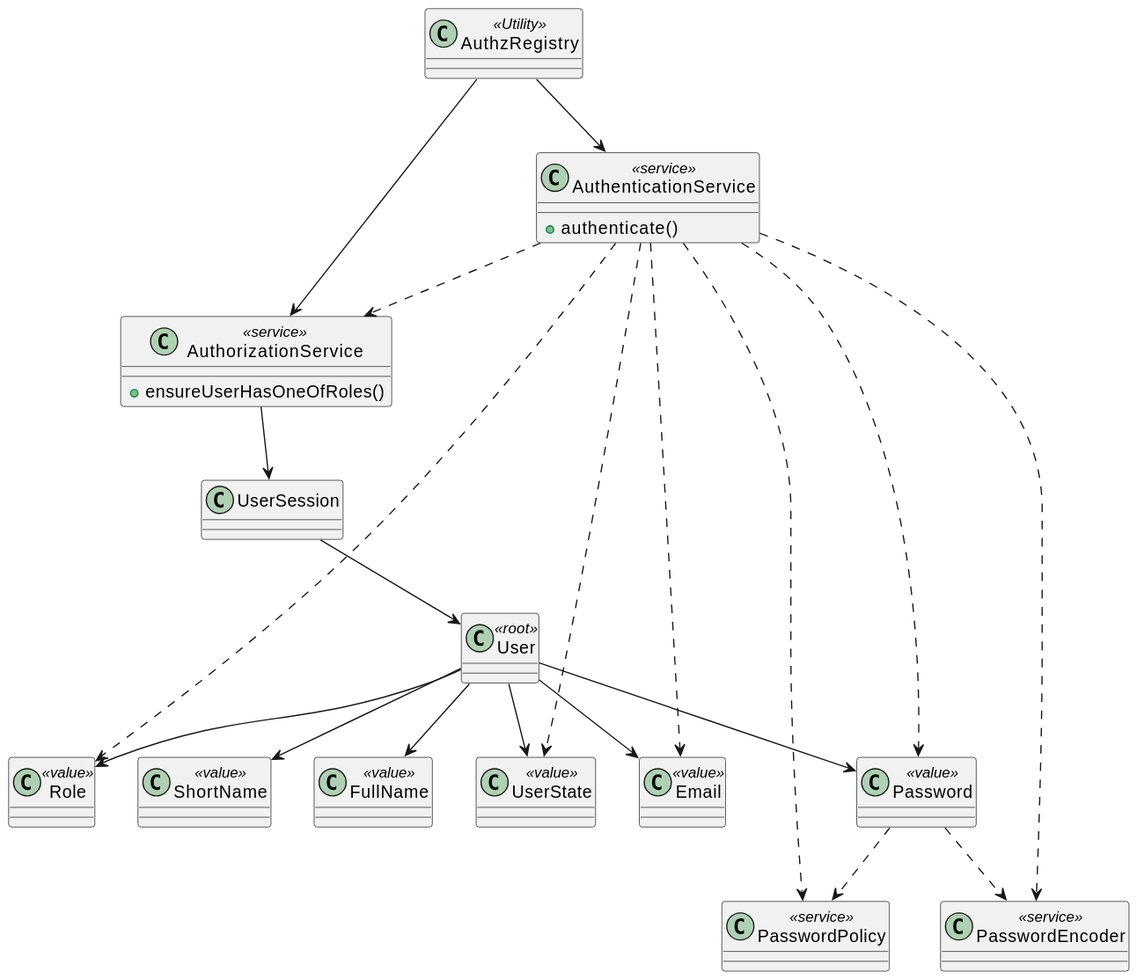
This is docs/SPRINT A/US_G006/Design/Class_Diagram.svg from brunacosta03/sem4pi_22_23, a PlantUML export, as it was before one commit.
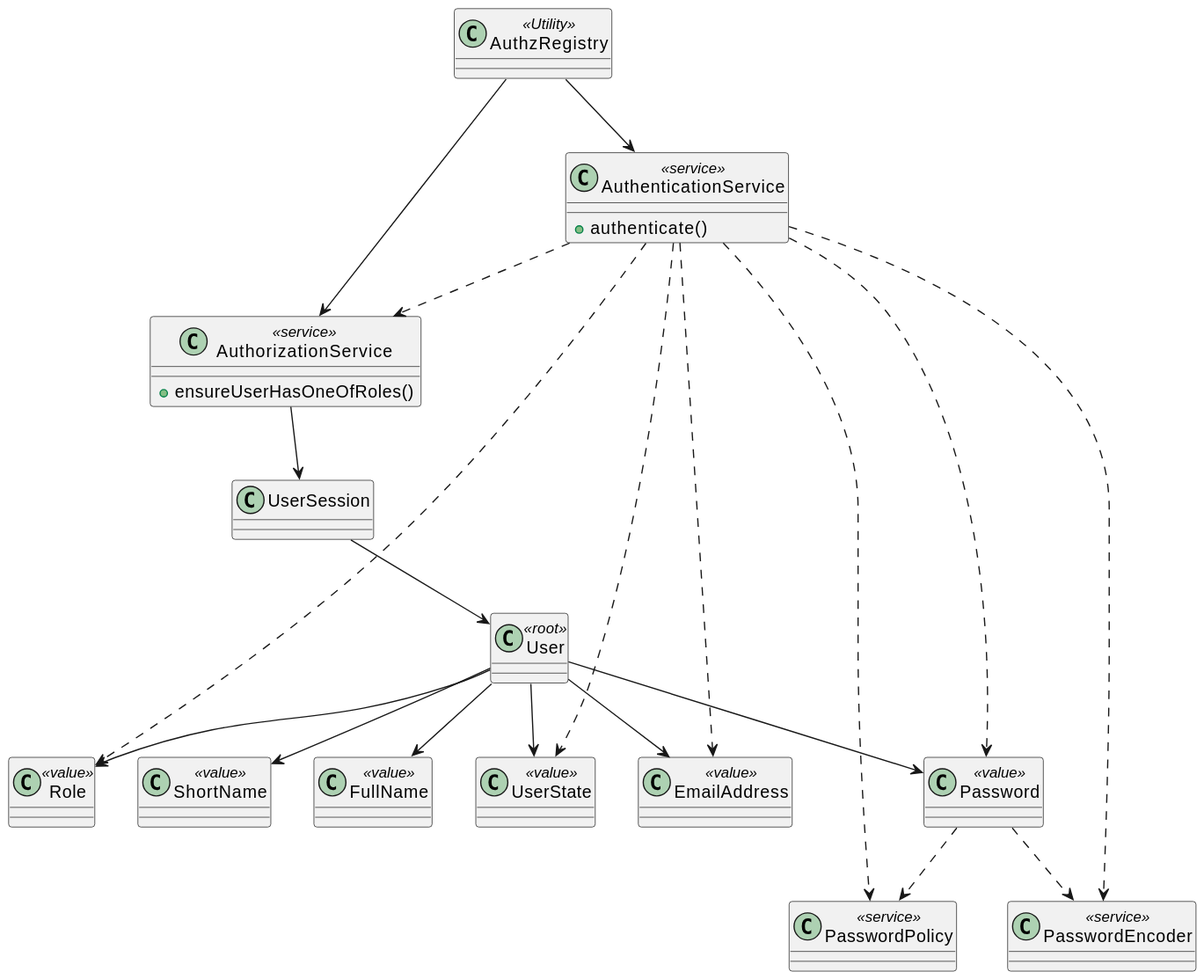
After the change.

Commit message:
feat: Implementation of Auth and Authz, JPA In entities and documentation refactoring when needed #2 #5

Diff of the diagram source:
```diff
@@ -32,7 +32,7 @@
 class FullName <<value>> {
 }
 
-class Email <<value>> {
+class EmailAddress <<value>> {
 }
 
 class Password <<value>> {
@@ -45,13 +45,13 @@
 
 User --> ShortName
 User --> FullName
-User --> Email
+User --> EmailAddress
 User --> Password
 User --> UserState
 User --> Role
 
 AuthenticationService ..> AuthorizationService
-AuthenticationService ..> Email
+AuthenticationService ..> EmailAddress
 AuthenticationService ..> Password
 AuthenticationService ..> UserState
 AuthenticationService ..> Role
```
